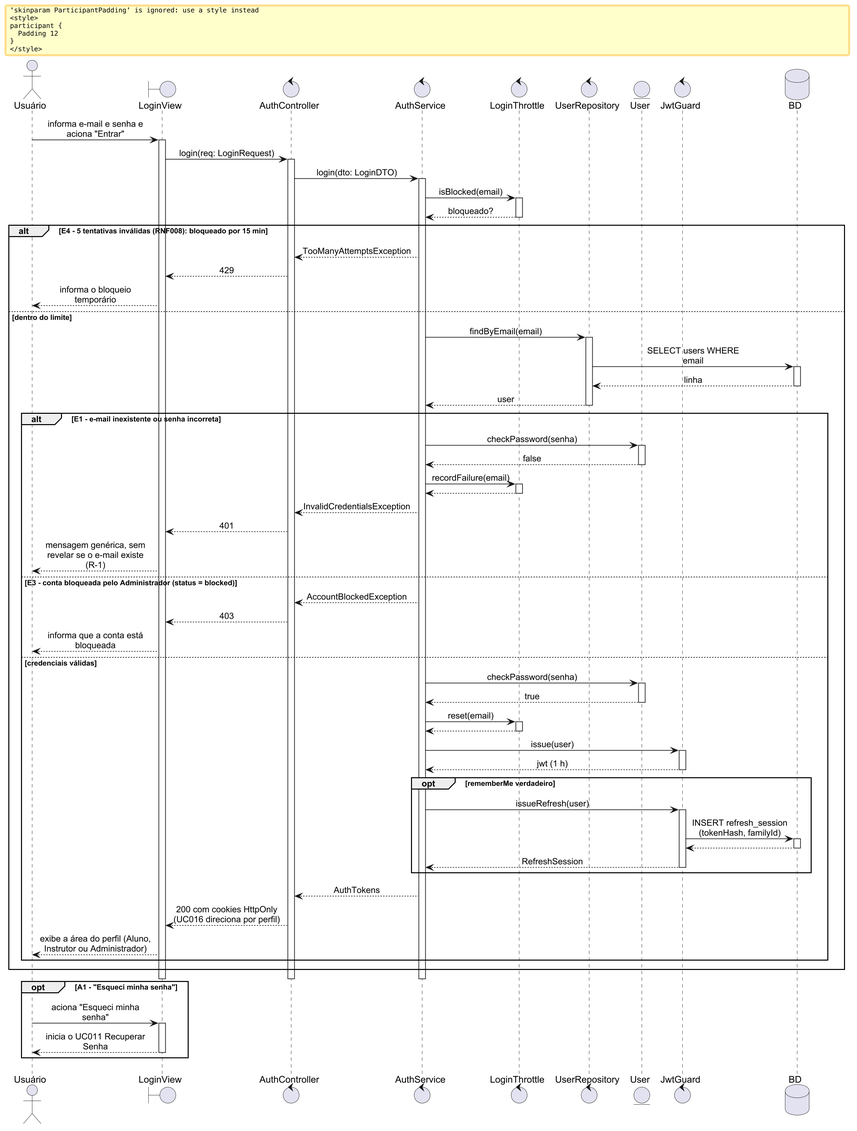
The PlantUML diagram especificacao/diagramas/14-sequencia-uc005.png in Plataforma-de-Cursos-TCC/plataforma-cursos-docs, before a commit. Its diagram source:
```plantuml
@startuml 14-sequencia-uc005
skinparam shadowing false
skinparam dpi 192
skinparam defaultFontName Arial
skinparam sequenceMessageAlign center
skinparam responseMessageBelowArrow true
skinparam wrapMessageWidth 170
skinparam ParticipantPadding 12
skinparam BoxPadding 8

actor "Usuário" as USU
boundary LoginView as V
control AuthController as C
control AuthService as S
control LoginThrottle as T
control UserRepository as R
entity User as U
control JwtGuard as J
database BD

USU -> V ++ : informa e-mail e senha e aciona "Entrar"
V -> C ++ : login(req: LoginRequest)
C -> S ++ : login(dto: LoginDTO)
S -> T ++ : isBlocked(email)
T --> S -- : bloqueado?

alt E4 - 5 tentativas inválidas (RNF008): bloqueado por 15 min
  S --> C : TooManyAttemptsException
  C --> V : 429
  V --> USU : informa o bloqueio temporário
else dentro do limite
  S -> R ++ : findByEmail(email)
  R -> BD ++ : SELECT users WHERE email
  BD --> R -- : linha
  R --> S -- : user
  alt E1 - e-mail inexistente ou senha incorreta
    S -> U ++ : checkPassword(senha)
    U --> S -- : false
    S -> T ++ : recordFailure(email)
    T --> S --
    S --> C : InvalidCredentialsException
    C --> V : 401
    V --> USU : mensagem genérica, sem revelar se o e-mail existe (R-1)
  else E3 - conta bloqueada pelo Administrador (status = blocked)
    S --> C : AccountBlockedException
    C --> V : 403
    V --> USU : informa que a conta está bloqueada
  else credenciais válidas
    S -> U ++ : checkPassword(senha)
    U --> S -- : true
    S -> T ++ : reset(email)
    T --> S --
    S -> J ++ : issue(user)
    J --> S -- : jwt (1 h)
    opt rememberMe verdadeiro
      S -> J ++ : issueRefresh(user)
      J -> BD ++ : INSERT refresh_session (tokenHash, familyId)
      BD --> J --
      J --> S -- : RefreshSession
    end
    S --> C : AuthTokens
    C --> V : 200 com cookies HttpOnly (UC016 direciona por perfil)
    V --> USU : exibe a área do perfil (Aluno, Instrutor ou Administrador)
  end
end
deactivate S
deactivate C
deactivate V

opt A1 - "Esqueci minha senha"
  USU -> V ++ : aciona "Esqueci minha senha"
  V --> USU -- : inicia o UC011 Recuperar Senha
end
@enduml
```
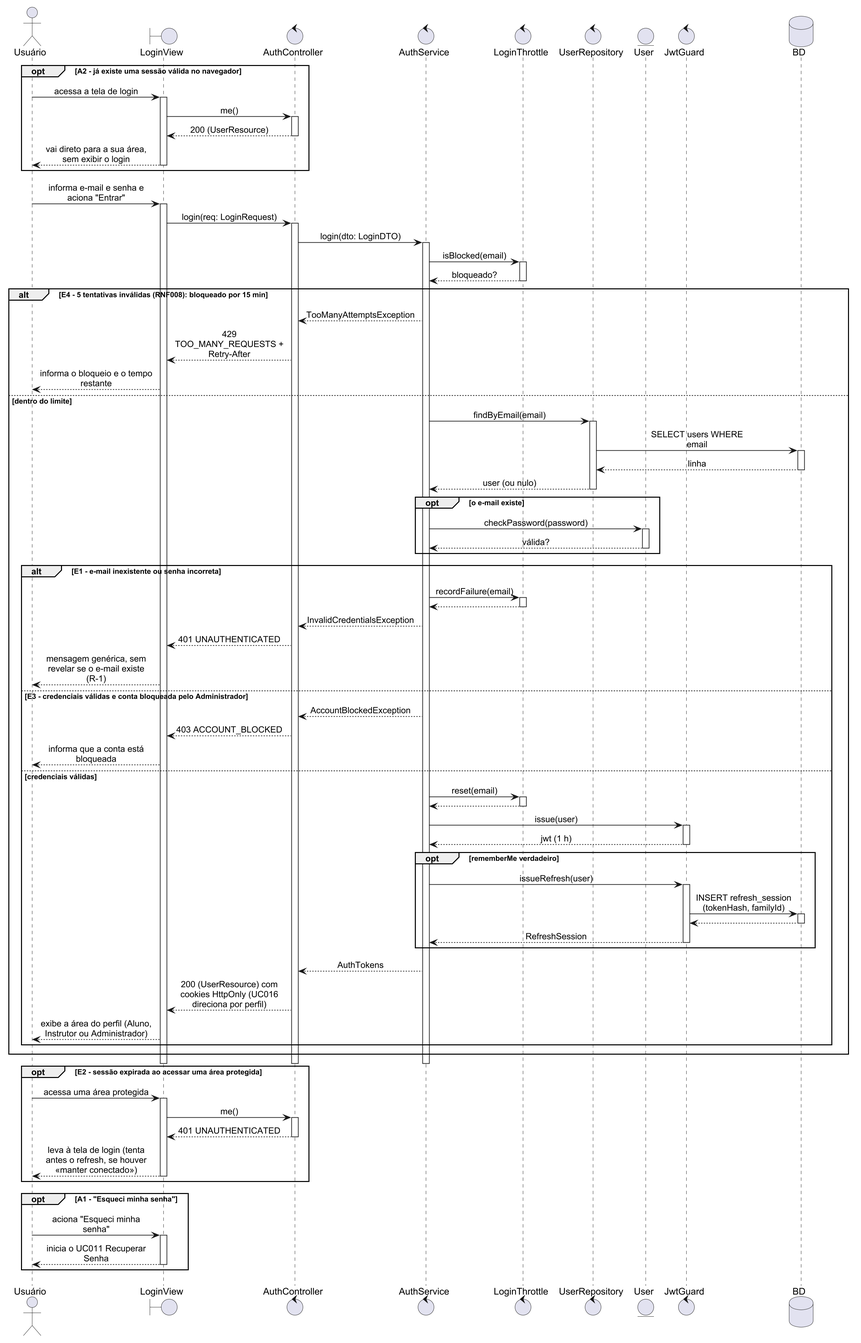
Later version of the same file.

Change to the diagram source:
```diff
@@ -5,7 +5,6 @@
 skinparam sequenceMessageAlign center
 skinparam responseMessageBelowArrow true
 skinparam wrapMessageWidth 170
-skinparam ParticipantPadding 12
 skinparam BoxPadding 8
 
 actor "Usuário" as USU
@@ -18,6 +17,13 @@
 control JwtGuard as J
 database BD
 
+opt A2 - já existe uma sessão válida no navegador
+  USU -> V ++ : acessa a tela de login
+  V -> C ++ : me()
+  C --> V -- : 200 (UserResource)
+  V --> USU -- : vai direto para a sua área, sem exibir o login
+end
+
 USU -> V ++ : informa e-mail e senha e aciona "Entrar"
 V -> C ++ : login(req: LoginRequest)
 C -> S ++ : login(dto: LoginDTO)
@@ -26,28 +32,28 @@
 
 alt E4 - 5 tentativas inválidas (RNF008): bloqueado por 15 min
   S --> C : TooManyAttemptsException
-  C --> V : 429
-  V --> USU : informa o bloqueio temporário
+  C --> V : 429 TOO_MANY_REQUESTS + Retry-After
+  V --> USU : informa o bloqueio e o tempo restante
 else dentro do limite
   S -> R ++ : findByEmail(email)
   R -> BD ++ : SELECT users WHERE email
   BD --> R -- : linha
-  R --> S -- : user
+  R --> S -- : user (ou nulo)
+  opt o e-mail existe
+    S -> U ++ : checkPassword(password)
+    U --> S -- : válida?
+  end
   alt E1 - e-mail inexistente ou senha incorreta
-    S -> U ++ : checkPassword(senha)
-    U --> S -- : false
     S -> T ++ : recordFailure(email)
     T --> S --
     S --> C : InvalidCredentialsException
-    C --> V : 401
+    C --> V : 401 UNAUTHENTICATED
     V --> USU : mensagem genérica, sem revelar se o e-mail existe (R-1)
-  else E3 - conta bloqueada pelo Administrador (status = blocked)
+  else E3 - credenciais válidas e conta bloqueada pelo Administrador
     S --> C : AccountBlockedException
-    C --> V : 403
+    C --> V : 403 ACCOUNT_BLOCKED
     V --> USU : informa que a conta está bloqueada
   else credenciais válidas
-    S -> U ++ : checkPassword(senha)
-    U --> S -- : true
     S -> T ++ : reset(email)
     T --> S --
     S -> J ++ : issue(user)
@@ -59,7 +65,7 @@
       J --> S -- : RefreshSession
     end
     S --> C : AuthTokens
-    C --> V : 200 com cookies HttpOnly (UC016 direciona por perfil)
+    C --> V : 200 (UserResource) com cookies HttpOnly (UC016 direciona por perfil)
     V --> USU : exibe a área do perfil (Aluno, Instrutor ou Administrador)
   end
 end
@@ -67,6 +73,13 @@
 deactivate C
 deactivate V
 
+opt E2 - sessão expirada ao acessar uma área protegida
+  USU -> V ++ : acessa uma área protegida
+  V -> C ++ : me()
+  C --> V -- : 401 UNAUTHENTICATED
+  V --> USU -- : leva à tela de login (tenta antes o refresh, se houver «manter conectado»)
+end
+
 opt A1 - "Esqueci minha senha"
   USU -> V ++ : aciona "Esqueci minha senha"
   V --> USU -- : inicia o UC011 Recuperar Senha
```
